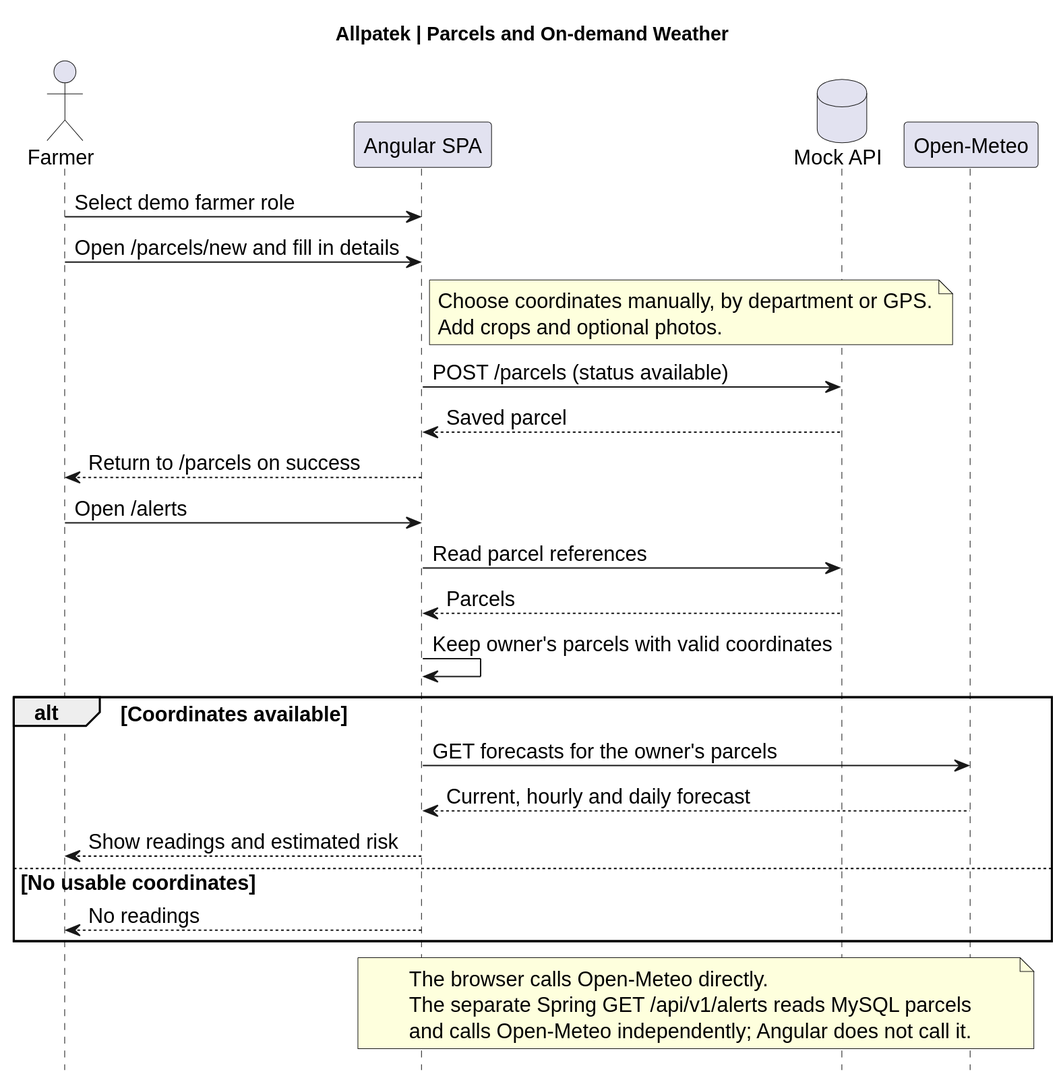
Earlier version of the PlantUML export assets/chapter-04/architecture/19-flow-parcels-climate.svg (upc-pre-202620-1asi0729-7753-Terranova/allpatek-report).
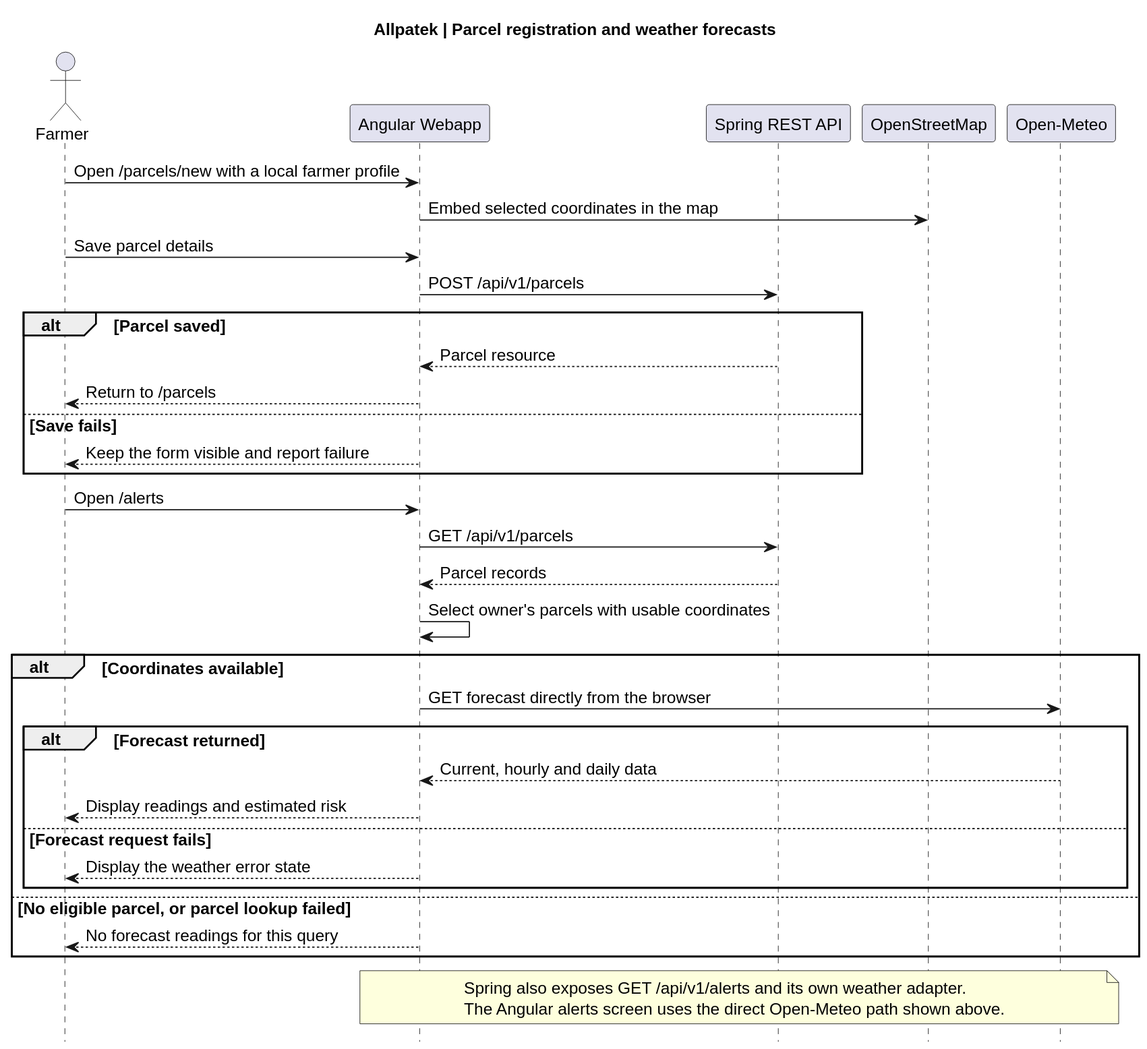
The same file after the commit.

Commit message:
docs(flows): trace parcel registration and browser weather queries

The edit, as a diff of the source:
```diff
@@ -1,39 +1,41 @@
 @startuml
-title Allpatek | Parcels and On-demand Weather
-skinparam backgroundColor white
+title Allpatek | Parcel registration and weather forecasts
 skinparam shadowing false
 skinparam defaultFontName SansSerif
-skinparam defaultFontSize 15
-skinparam dpi 140
+skinparam defaultFontSize 14
+skinparam dpi 120
 hide footbox
 actor Farmer
-participant "Angular SPA" as Web
-database "Mock API" as Mock
+participant "Angular Webapp" as Web
+participant "Spring REST API" as Api
+participant "OpenStreetMap" as Maps
 participant "Open-Meteo" as Weather
 
-Farmer -> Web : Select demo farmer role
-Farmer -> Web : Open /parcels/new and fill in details
-note right of Web
-  Choose coordinates manually, by department or GPS.
-  Add crops and optional photos.
-end note
-Web -> Mock : POST /parcels (status available)
-Mock --> Web : Saved parcel
-Web --> Farmer : Return to /parcels on success
+Farmer -> Web : Open /parcels/new with a local farmer profile
+Web -> Maps : Embed selected coordinates in the map
+Farmer -> Web : Save parcel details
+Web -> Api : POST /api/v1/parcels
+alt Parcel saved
+  Api --> Web : Parcel resource
+  Web --> Farmer : Return to /parcels
+else Save fails
+  Web --> Farmer : Keep the form visible and report failure
+end
+
 Farmer -> Web : Open /alerts
-Web -> Mock : Read parcel references
-Mock --> Web : Parcels
-Web -> Web : Keep owner's parcels with valid coordinates
+Web -> Api : GET /api/v1/parcels
+Api --> Web : Parcel records
+Web -> Web : Select owner's parcels with usable coordinates
 alt Coordinates available
-  Web -> Weather : GET forecasts for the owner's parcels
-  Weather --> Web : Current, hourly and daily forecast
-  Web --> Farmer : Show readings and estimated risk
-else No usable coordinates
-  Web --> Farmer : No readings
+  Web -> Weather : GET forecast directly from the browser
+  alt Forecast returned
+    Weather --> Web : Current, hourly and daily data
+    Web --> Farmer : Display readings and estimated risk
+  else Forecast request fails
+    Web --> Farmer : Display the weather error state
+  end
+else No eligible parcel, or parcel lookup failed
+  Web --> Farmer : No forecast readings for this query
 end
-note over Web,Weather
-  The browser calls Open-Meteo directly.
-  The separate Spring GET /api/v1/alerts reads MySQL parcels
-  and calls Open-Meteo independently; Angular does not call it.
-end note
+note over Web,Weather : Spring also exposes GET /api/v1/alerts and its own weather adapter.\nThe Angular alerts screen uses the direct Open-Meteo path shown above.
 @enduml
```
